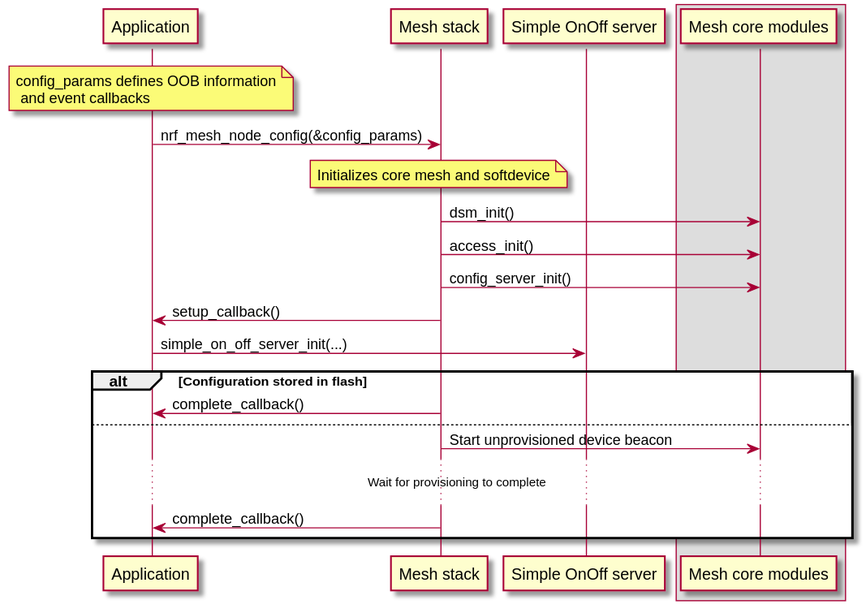
Before: mesh_sdk/doc/getting_started/img/light_switch_server_interface.svg, a diagram exported from PlantUML (isundaylee/nRF5). Its diagram source:
```plantuml
@startuml
skinparam defaultFontName Arial
participant a as "Application"
participant c as "Mesh stack"
participant s as "Simple OnOff server"
box
participant core as "Mesh core modules"
end box

note over a: config_params defines OOB information\n and event callbacks
a -> c: nrf_mesh_node_config(&config_params)

note over c: Initializes core mesh and softdevice
c -> core: dsm_init()
c -> core: access_init()
c -> core: config_server_init()
c -> a: setup_callback()
a -> s: simple_on_off_server_init(...)

alt Configuration stored in flash
    c -> a: complete_callback()
else
    c -> core: Start unprovisioned device beacon
    ... Wait for provisioning to complete ...
    c -> a: complete_callback()
end

@enduml
```
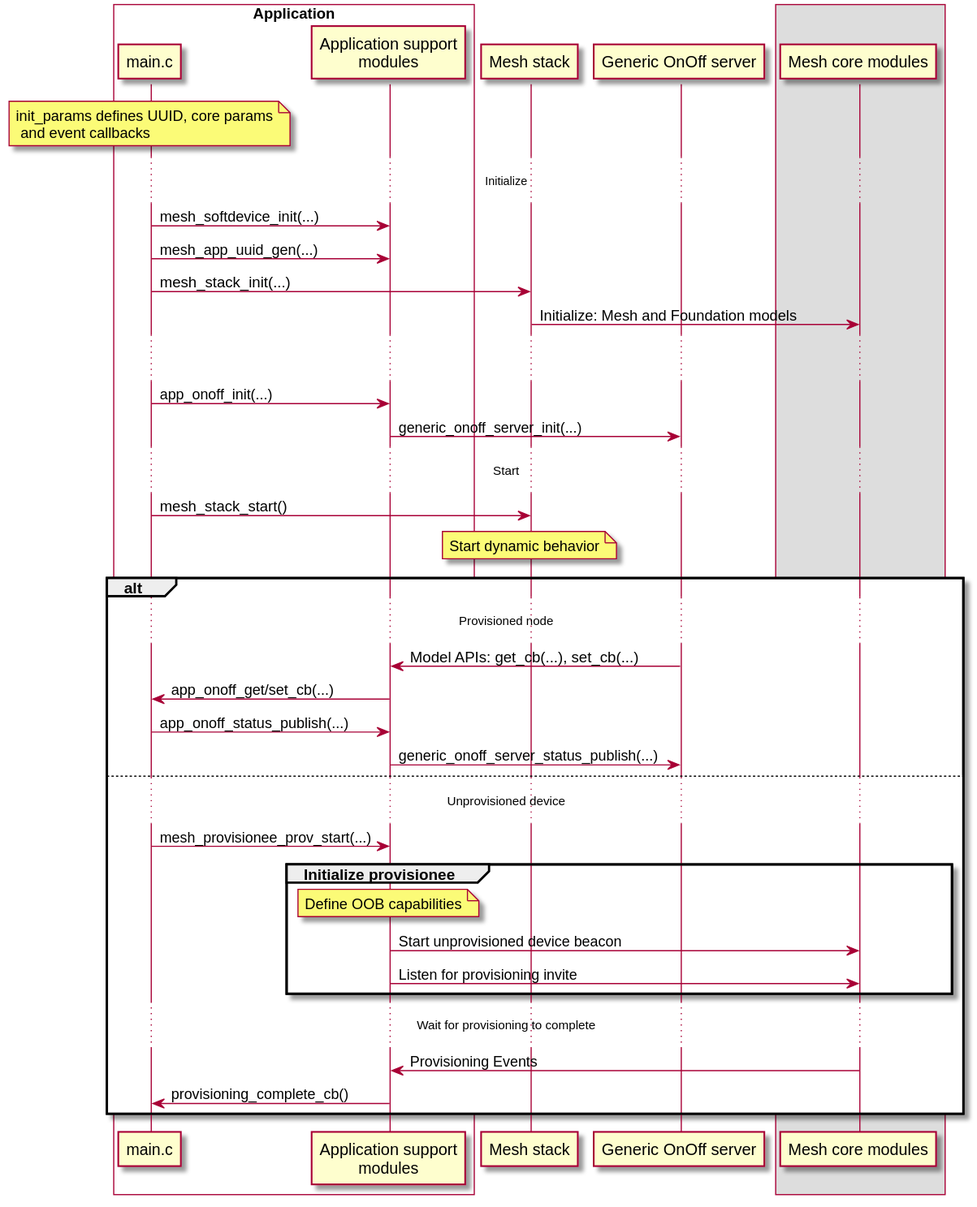
After the commit.

The edit, as a diff of the source:
```diff
@@ -1,28 +1,47 @@
 @startuml
 skinparam defaultFontName Arial
-participant a as "Application"
+box "Application" #FFFFFF
+participant a as "main.c"
+participant ah as "Application support\nmodules"
+end box
 participant c as "Mesh stack"
-participant s as "Simple OnOff server"
+participant s as "Generic OnOff server"
 box
 participant core as "Mesh core modules"
 end box
 
-note over a: config_params defines OOB information\n and event callbacks
-a -> c: nrf_mesh_node_config(&config_params)
+note over a: init_params defines UUID, core params\n and event callbacks
+... Initialize ...
+a -> ah: mesh_softdevice_init(...)
+a -> ah: mesh_app_uuid_gen(...)
+a -> c: mesh_stack_init(...)
+c -> core: Initialize: Mesh and Foundation models
+... ...
+a -> ah: app_onoff_init(...)
+ah -> s: generic_onoff_server_init(...)
+... Start ...
+a -> c: mesh_stack_start()
+note over c: Start dynamic behavior
 
-note over c: Initializes core mesh and softdevice
-c -> core: dsm_init()
-c -> core: access_init()
-c -> core: config_server_init()
-c -> a: setup_callback()
-a -> s: simple_on_off_server_init(...)
 
-alt Configuration stored in flash
-    c -> a: complete_callback()
+alt
+    ... Provisioned node ...
+    ah <- s: Model APIs: get_cb(...), set_cb(...)
+    a <- ah: app_onoff_get/set_cb(...)
+    a -> ah: app_onoff_status_publish(...)
+    ah -> s: generic_onoff_server_status_publish(...)
+
 else
-    c -> core: Start unprovisioned device beacon
+    ... Unprovisioned device ...
+    a -> ah: mesh_provisionee_prov_start(...)
+    group Initialize provisionee
+    note over ah: Define OOB capabilities
+    ah -> core: Start unprovisioned device beacon
+    ah -> core: Listen for provisioning invite
+    end
     ... Wait for provisioning to complete ...
-    c -> a: complete_callback()
+    core -> ah: Provisioning Events
+    ah -> a: provisioning_complete_cb()
 end
 
 @enduml
```
